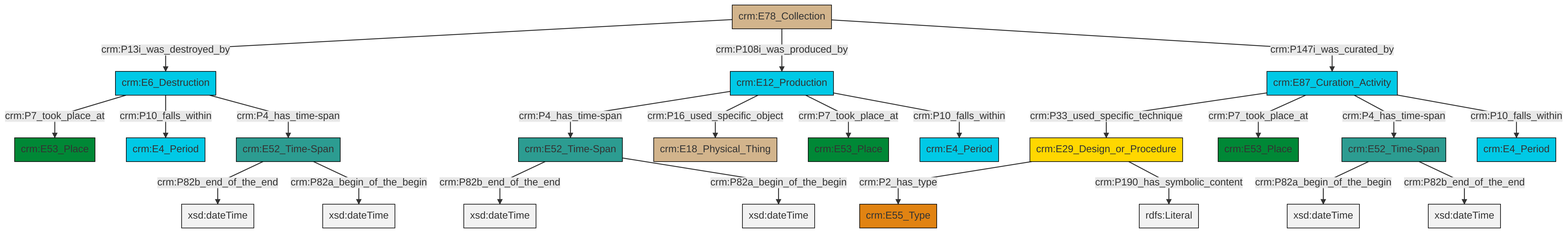
The Mermaid diagram et/archivalCSV/ttl/mmd/png/archival_existence.png in swiss-art-research-net/docs.swissartresearch, before a commit. Its source is kept beside it as et/archivalCSV/ttl/mmd/archival_existence.ttl.mmd.
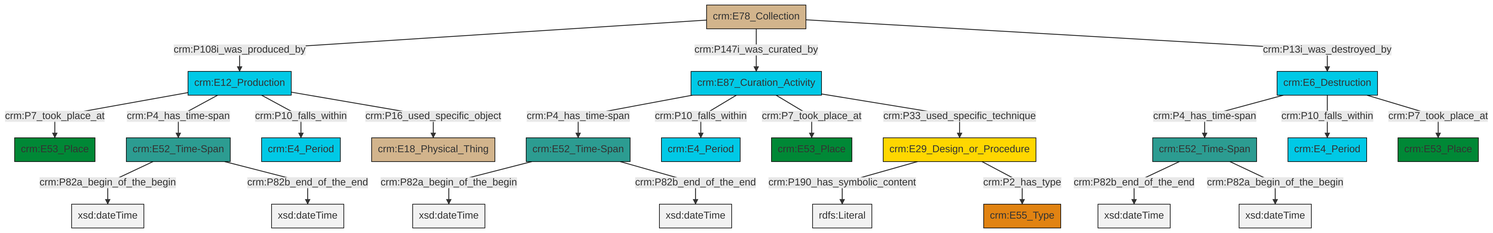
Above is the later version.

What changed in the source:
```diff
@@ -14,24 +14,24 @@
 classDef Multi fill:#cccccc,stroke:#000000;
 
 0["crm:E52_Time-Span"]:::Time-Span -->|crm:P82a_begin_of_the_begin| 1[xsd:dateTime]:::Literal
-6["crm:E87_Curation_Activity"]:::Temporal_Entity -->|crm:P33_used_specific_technique| 7["crm:E29_Design_or_Procedure"]:::Conceptual_Object
-8["crm:E52_Time-Span"]:::Time-Span -->|crm:P82b_end_of_the_end| 9[xsd:dateTime]:::Literal
-7["crm:E29_Design_or_Procedure"]:::Conceptual_Object -->|crm:P2_has_type| 19["crm:E55_Type"]:::Type
-13["crm:E52_Time-Span"]:::Time-Span -->|crm:P82b_end_of_the_end| 20[xsd:dateTime]:::Literal
-7["crm:E29_Design_or_Procedure"]:::Conceptual_Object -->|crm:P190_has_symbolic_content| 21[rdfs:Literal]:::Literal
-24["crm:E6_Destruction"]:::Temporal_Entity -->|crm:P7_took_place_at| 17["crm:E53_Place"]:::Place
-22["crm:E12_Production"]:::Temporal_Entity -->|crm:P4_has_time-span| 8["crm:E52_Time-Span"]:::Time-Span
-24["crm:E6_Destruction"]:::Temporal_Entity -->|crm:P10_falls_within| 2["crm:E4_Period"]:::Temporal_Entity
-22["crm:E12_Production"]:::Temporal_Entity -->|crm:P16_used_specific_object| 25["crm:E18_Physical_Thing"]:::Physical_Thing
-8["crm:E52_Time-Span"]:::Time-Span -->|crm:P82a_begin_of_the_begin| 27[xsd:dateTime]:::Literal
-22["crm:E12_Production"]:::Temporal_Entity -->|crm:P7_took_place_at| 4["crm:E53_Place"]:::Place
-10["crm:E78_Collection"]:::Physical_Thing -->|crm:P13i_was_destroyed_by| 24["crm:E6_Destruction"]:::Temporal_Entity
-6["crm:E87_Curation_Activity"]:::Temporal_Entity -->|crm:P7_took_place_at| 32["crm:E53_Place"]:::Place
-22["crm:E12_Production"]:::Temporal_Entity -->|crm:P10_falls_within| 34["crm:E4_Period"]:::Temporal_Entity
-10["crm:E78_Collection"]:::Physical_Thing -->|crm:P108i_was_produced_by| 22["crm:E12_Production"]:::Temporal_Entity
-6["crm:E87_Curation_Activity"]:::Temporal_Entity -->|crm:P4_has_time-span| 0["crm:E52_Time-Span"]:::Time-Span
-10["crm:E78_Collection"]:::Physical_Thing -->|crm:P147i_was_curated_by| 6["crm:E87_Curation_Activity"]:::Temporal_Entity
-0["crm:E52_Time-Span"]:::Time-Span -->|crm:P82b_end_of_the_end| 37[xsd:dateTime]:::Literal
-6["crm:E87_Curation_Activity"]:::Temporal_Entity -->|crm:P10_falls_within| 15["crm:E4_Period"]:::Temporal_Entity
-24["crm:E6_Destruction"]:::Temporal_Entity -->|crm:P4_has_time-span| 13["crm:E52_Time-Span"]:::Time-Span
-13["crm:E52_Time-Span"]:::Time-Span -->|crm:P82a_begin_of_the_begin| 38[xsd:dateTime]:::Literal
+2["crm:E52_Time-Span"]:::Time-Span -->|crm:P82a_begin_of_the_begin| 3[xsd:dateTime]:::Literal
+2["crm:E52_Time-Span"]:::Time-Span -->|crm:P82b_end_of_the_end| 4[xsd:dateTime]:::Literal
+5["crm:E29_Design_or_Procedure"]:::Conceptual_Object -->|crm:P190_has_symbolic_content| 11[rdfs:Literal]:::Literal
+15["crm:E52_Time-Span"]:::Time-Span -->|crm:P82b_end_of_the_end| 16[xsd:dateTime]:::Literal
+15["crm:E52_Time-Span"]:::Time-Span -->|crm:P82a_begin_of_the_begin| 17[xsd:dateTime]:::Literal
+12["crm:E12_Production"]:::Temporal_Entity -->|crm:P7_took_place_at| 20["crm:E53_Place"]:::Place
+18["crm:E78_Collection"]:::Physical_Thing -->|crm:P108i_was_produced_by| 12["crm:E12_Production"]:::Temporal_Entity
+22["crm:E6_Destruction"]:::Temporal_Entity -->|crm:P4_has_time-span| 15["crm:E52_Time-Span"]:::Time-Span
+12["crm:E12_Production"]:::Temporal_Entity -->|crm:P4_has_time-span| 2["crm:E52_Time-Span"]:::Time-Span
+12["crm:E12_Production"]:::Temporal_Entity -->|crm:P10_falls_within| 24["crm:E4_Period"]:::Temporal_Entity
+12["crm:E12_Production"]:::Temporal_Entity -->|crm:P16_used_specific_object| 29["crm:E18_Physical_Thing"]:::Physical_Thing
+22["crm:E6_Destruction"]:::Temporal_Entity -->|crm:P10_falls_within| 31["crm:E4_Period"]:::Temporal_Entity
+18["crm:E78_Collection"]:::Physical_Thing -->|crm:P147i_was_curated_by| 32["crm:E87_Curation_Activity"]:::Temporal_Entity
+5["crm:E29_Design_or_Procedure"]:::Conceptual_Object -->|crm:P2_has_type| 27["crm:E55_Type"]:::Type
+32["crm:E87_Curation_Activity"]:::Temporal_Entity -->|crm:P4_has_time-span| 0["crm:E52_Time-Span"]:::Time-Span
+32["crm:E87_Curation_Activity"]:::Temporal_Entity -->|crm:P10_falls_within| 34["crm:E4_Period"]:::Temporal_Entity
+32["crm:E87_Curation_Activity"]:::Temporal_Entity -->|crm:P7_took_place_at| 9["crm:E53_Place"]:::Place
+0["crm:E52_Time-Span"]:::Time-Span -->|crm:P82b_end_of_the_end| 36[xsd:dateTime]:::Literal
+32["crm:E87_Curation_Activity"]:::Temporal_Entity -->|crm:P33_used_specific_technique| 5["crm:E29_Design_or_Procedure"]:::Conceptual_Object
+18["crm:E78_Collection"]:::Physical_Thing -->|crm:P13i_was_destroyed_by| 22["crm:E6_Destruction"]:::Temporal_Entity
+22["crm:E6_Destruction"]:::Temporal_Entity -->|crm:P7_took_place_at| 7["crm:E53_Place"]:::Place
```
